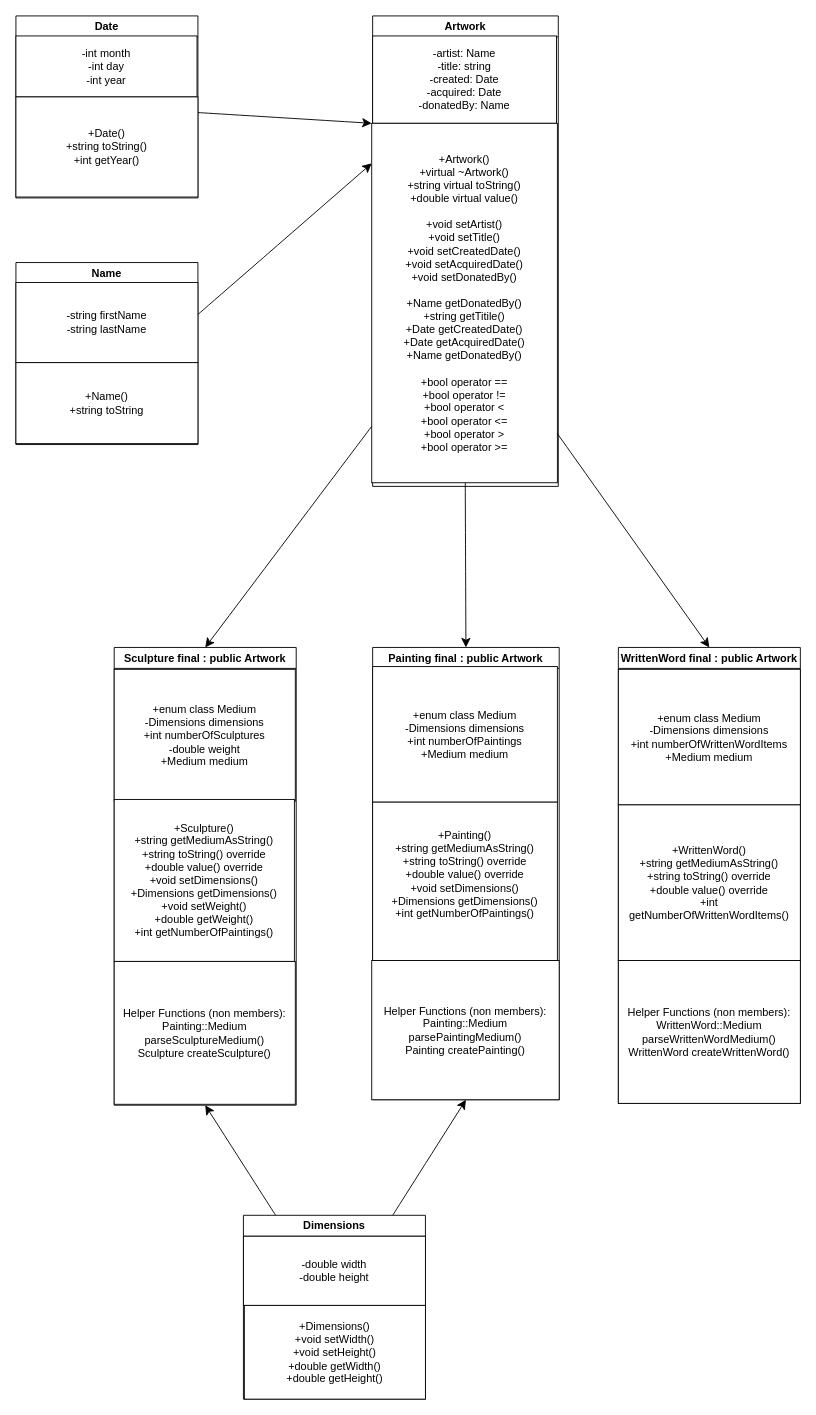
Above: data/Museum-UML.drawio in jbowen999/MuseumProject (draw.io), before the change. Source tidied: cells renumbered, new cells numbered last; positions are measured from the earlier drawing's top-left corner, leaving out a move shared by most shapes. Both pictures are drawn from the tidied source at 91%, with x=0, y=0 at pixel (15, 15).
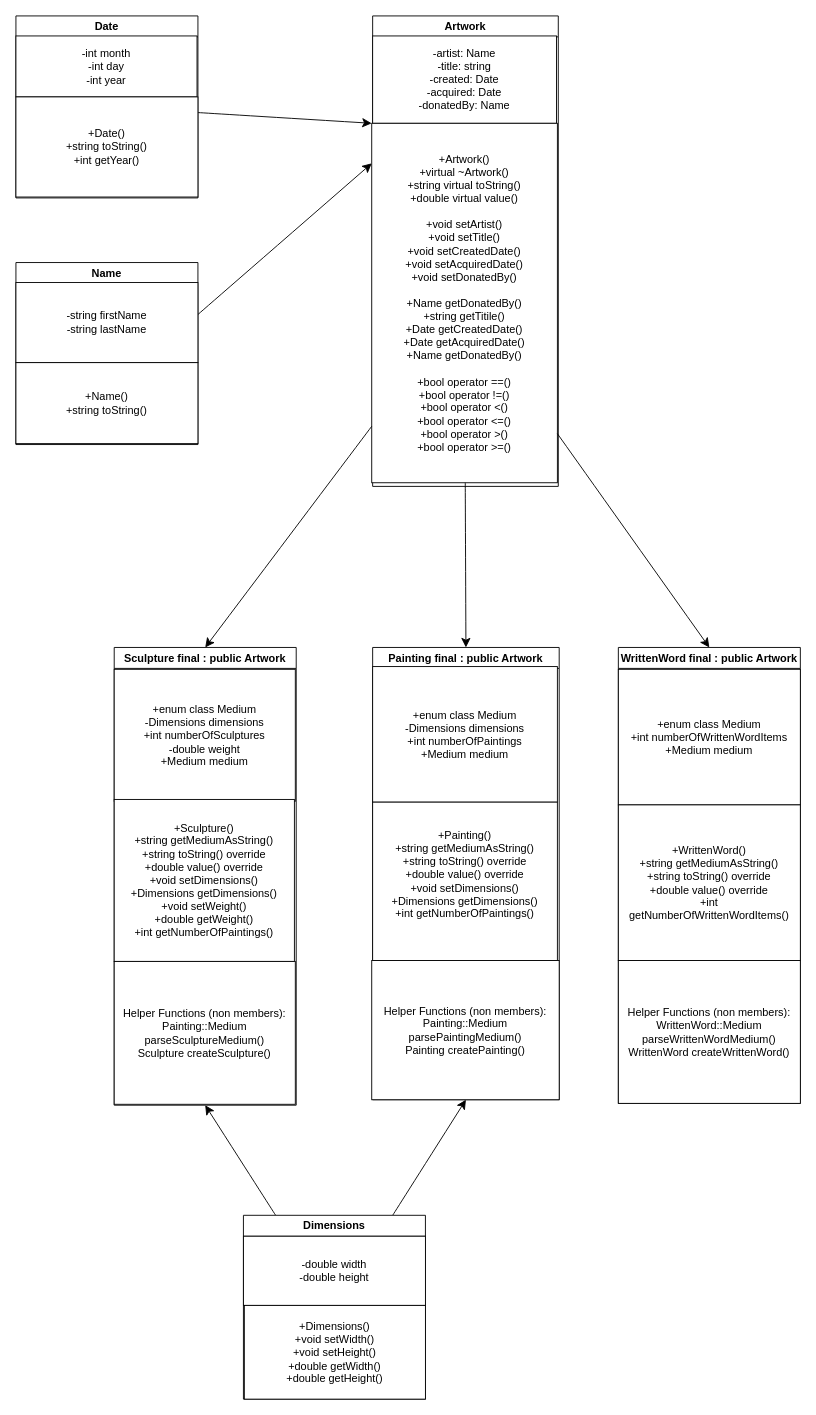
The same diagram, later.

The change refers to these unchanged cells:
```xml
<mxCell id="2" value="Artwork" style="swimlane;whiteSpace=wrap;html=1;" parent="1" vertex="1">
  <mxGeometry x="392" width="204" height="517" as="geometry" />
</mxCell>
<mxCell id="11" value="WrittenWord final : public Artwork" style="swimlane;whiteSpace=wrap;html=1;" parent="1" vertex="1">
  <mxGeometry x="662" y="694" width="200" height="501" as="geometry" />
</mxCell>
<mxCell id="31" value="Name" style="swimlane;whiteSpace=wrap;html=1;" parent="1" vertex="1">
  <mxGeometry y="271" width="200" height="200" as="geometry" />
</mxCell>
```

Diff of the diagram source:
```diff
@@
-    <mxCell id="4" value="&lt;div&gt;+Artwork()&lt;br&gt;&lt;/div&gt;&lt;div&gt;+virtual ~Artwork()&lt;/div&gt;&lt;div&gt;+string virtual toString()&lt;/div&gt;&lt;div&gt;+double virtual value()&lt;/div&gt;&lt;div&gt;&lt;br&gt;&lt;/div&gt;&lt;div&gt;+void setArtist()&lt;/div&gt;&lt;div&gt;+void setTitle()&lt;/div&gt;&lt;div&gt;+void setCreatedDate()&lt;/div&gt;&lt;div&gt;+void setAcquiredDate()&lt;/div&gt;&lt;div&gt;+void setDonatedBy()&lt;/div&gt;&lt;div&gt;&lt;br&gt;&lt;/div&gt;&lt;div&gt;+Name getDonatedBy()&lt;/div&gt;&lt;div&gt;+string getTitile()&lt;/div&gt;&lt;div&gt;+Date getCreatedDate()&lt;br&gt;&lt;/div&gt;&lt;div&gt;+Date getAcquiredDate()&lt;/div&gt;&lt;div&gt;+Name getDonatedBy()&lt;/div&gt;&lt;div&gt;&lt;br&gt;&lt;/div&gt;&lt;div&gt;+bool operator ==&lt;/div&gt;&lt;div&gt;+bool operator !=&lt;/div&gt;&lt;div&gt;+bool operator &amp;lt;&lt;br&gt;&lt;/div&gt;&lt;div&gt;+bool operator &amp;lt;=&lt;/div&gt;&lt;div&gt;+bool operator &amp;gt;&lt;/div&gt;&lt;div&gt;+bool operator &amp;gt;=&lt;br&gt;&lt;/div&gt;" style="rounded=0;whiteSpace=wrap;html=1;" parent="2" vertex="1">
+    <mxCell id="4" value="&lt;div&gt;+Artwork()&lt;br&gt;&lt;/div&gt;&lt;div&gt;+virtual ~Artwork()&lt;/div&gt;&lt;div&gt;+string virtual toString()&lt;/div&gt;&lt;div&gt;+double virtual value()&lt;/div&gt;&lt;div&gt;&lt;br&gt;&lt;/div&gt;&lt;div&gt;+void setArtist()&lt;/div&gt;&lt;div&gt;+void setTitle()&lt;/div&gt;&lt;div&gt;+void setCreatedDate()&lt;/div&gt;&lt;div&gt;+void setAcquiredDate()&lt;/div&gt;&lt;div&gt;+void setDonatedBy()&lt;/div&gt;&lt;div&gt;&lt;br&gt;&lt;/div&gt;&lt;div&gt;+Name getDonatedBy()&lt;/div&gt;&lt;div&gt;+string getTitile()&lt;/div&gt;&lt;div&gt;+Date getCreatedDate()&lt;br&gt;&lt;/div&gt;&lt;div&gt;+Date getAcquiredDate()&lt;/div&gt;&lt;div&gt;+Name getDonatedBy()&lt;/div&gt;&lt;div&gt;&lt;br&gt;&lt;/div&gt;&lt;div&gt;+bool operator ==()&lt;/div&gt;&lt;div&gt;+bool operator !=()&lt;/div&gt;&lt;div&gt;+bool operator &amp;lt;()&lt;br&gt;&lt;/div&gt;&lt;div&gt;+bool operator &amp;lt;=()&lt;/div&gt;&lt;div&gt;+bool operator &amp;gt;()&lt;/div&gt;&lt;div&gt;+bool operator &amp;gt;=()&lt;br&gt;&lt;/div&gt;" style="rounded=0;whiteSpace=wrap;html=1;" parent="2" vertex="1">
       <mxGeometry x="-1" y="118" width="204" height="395" as="geometry" />
     </mxCell>
@@
-    <mxCell id="12" value="&lt;div&gt;+enum class Medium&lt;/div&gt;&lt;div&gt;-Dimensions dimensions&lt;/div&gt;&lt;div&gt;+int numberOfWrittenWordItems&lt;/div&gt;+Medium medium" style="rounded=0;whiteSpace=wrap;html=1;" parent="11" vertex="1">
+    <mxCell id="12" value="&lt;div&gt;+enum class Medium&lt;/div&gt;&lt;div&gt;+int numberOfWrittenWordItems&lt;/div&gt;+Medium medium" style="rounded=0;whiteSpace=wrap;html=1;" parent="11" vertex="1">
       <mxGeometry y="24" width="200" height="149" as="geometry" />
     </mxCell>
@@
-    <mxCell id="33" value="&lt;div&gt;+Name()&lt;/div&gt;&lt;div&gt;+string toString&lt;br&gt;&lt;/div&gt;" style="whiteSpace=wrap;html=1;" parent="31" vertex="1">
+    <mxCell id="33" value="&lt;div&gt;+Name()&lt;/div&gt;&lt;div&gt;+string toString()&lt;br&gt;&lt;/div&gt;" style="whiteSpace=wrap;html=1;" parent="31" vertex="1">
       <mxGeometry y="110" width="200" height="89" as="geometry" />
     </mxCell>
```
